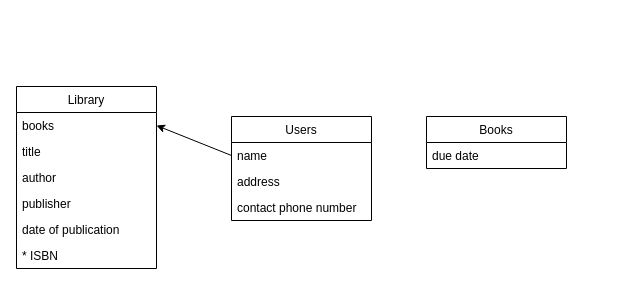
This is Untitled Diagram.drawio from Ziqi222/name.c, a draw.io file, before an edit. Source tidied: cells renumbered, new cells numbered last; positions are measured from the earlier drawing's top-left corner, leaving out a move shared by most shapes. Both pictures are drawn from the tidied source at 100%, with x=0, y=0 at pixel (16, 86).
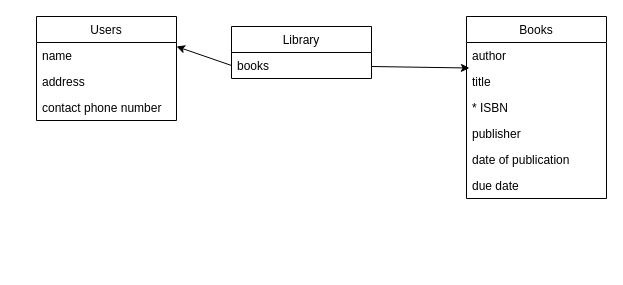
After the change.

What changed in the source:
```diff
@@
 <mxGraphModel>
   <root>
     <mxCell id="0" />
     <mxCell id="1" parent="0" />
     <mxCell id="2" value="Library" style="swimlane;fontStyle=0;horizontal=1;startSize=26;fillColor=none;" parent="1" vertex="1">
-      <mxGeometry width="140" height="182" as="geometry" />
+      <mxGeometry x="215" y="-60" width="140" height="52" as="geometry" />
     </mxCell>
     <mxCell id="3" value="books" style="text;strokeColor=none;fillColor=none;align=left;verticalAlign=top;spacingLeft=4;spacingRight=4;overflow=hidden;points=[[0,0.5],[1,0.5]];portConstraint=eastwest;" parent="2" vertex="1">
       <mxGeometry y="26" width="140" height="26" as="geometry" />
     </mxCell>
-    <mxCell id="4" value="title" style="text;strokeColor=none;fillColor=none;align=left;verticalAlign=top;spacingLeft=4;spacingRight=4;overflow=hidden;points=[[0,0.5],[1,0.5]];portConstraint=eastwest;" parent="2" vertex="1">
-      <mxGeometry y="52" width="140" height="26" as="geometry" />
-    </mxCell>
-    <mxCell id="5" value="author" style="text;strokeColor=none;fillColor=none;align=left;verticalAlign=top;spacingLeft=4;spacingRight=4;overflow=hidden;" parent="2" vertex="1">
-      <mxGeometry y="78" width="140" height="26" as="geometry" />
-    </mxCell>
-    <mxCell id="6" value="publisher" style="text;strokeColor=none;fillColor=none;align=left;verticalAlign=top;spacingLeft=4;spacingRight=4;overflow=hidden;" parent="2" vertex="1">
-      <mxGeometry y="104" width="140" height="26" as="geometry" />
-    </mxCell>
-    <mxCell id="7" value="date of publication" style="text;strokeColor=none;fillColor=none;align=left;verticalAlign=top;spacingLeft=4;spacingRight=4;overflow=hidden;" parent="2" vertex="1">
-      <mxGeometry y="130" width="140" height="26" as="geometry" />
-    </mxCell>
-    <mxCell id="8" value="* ISBN" style="text;strokeColor=none;fillColor=none;align=left;verticalAlign=top;spacingLeft=4;spacingRight=4;overflow=hidden;" parent="2" vertex="1">
-      <mxGeometry y="156" width="140" height="26" as="geometry" />
-    </mxCell>
     <mxCell id="9" value="Users" style="swimlane;fontStyle=0;horizontal=1;startSize=26;fillColor=none;" parent="1" vertex="1">
-      <mxGeometry x="215" y="30" width="140" height="104" as="geometry" />
+      <mxGeometry x="20" y="-70" width="140" height="104" as="geometry" />
     </mxCell>
     <mxCell id="10" value="name" style="text;strokeColor=none;fillColor=none;align=left;verticalAlign=top;spacingLeft=4;spacingRight=4;overflow=hidden;points=[[0,0.5],[1,0.5]];portConstraint=eastwest;" parent="9" vertex="1">
       <mxGeometry y="26" width="140" height="26" as="geometry" />
     </mxCell>
+    <mxCell id="16" style="endArrow=classic;html=1;exitX=0;exitY=0.5;exitDx=0;exitDy=0;" parent="9" edge="1" source="3">
+      <mxGeometry relative="1" as="geometry">
+        <mxPoint x="140" y="30" as="targetPoint" />
+      </mxGeometry>
+    </mxCell>
     <mxCell id="11" value="address" style="text;strokeColor=none;fillColor=none;align=left;verticalAlign=top;spacingLeft=4;spacingRight=4;overflow=hidden;" parent="9" vertex="1">
       <mxGeometry y="52" width="140" height="26" as="geometry" />
     </mxCell>
     <mxCell id="12" value="contact phone number" style="text;strokeColor=none;fillColor=none;align=left;verticalAlign=top;spacingLeft=4;spacingRight=4;overflow=hidden;" parent="9" vertex="1">
       <mxGeometry y="78" width="140" height="26" as="geometry" />
     </mxCell>
     <mxCell id="13" value="Books" style="swimlane;fontStyle=0;horizontal=1;startSize=26;fillColor=none;" parent="1" vertex="1">
-      <mxGeometry x="410" y="30" width="140" height="52" as="geometry" />
+      <mxGeometry x="450" y="-70" width="140" height="182" as="geometry" />
     </mxCell>
+    <mxCell id="5" value="author" style="text;strokeColor=none;fillColor=none;align=left;verticalAlign=top;spacingLeft=4;spacingRight=4;overflow=hidden;" parent="13" vertex="1">
+      <mxGeometry y="26" width="140" height="26" as="geometry" />
+    </mxCell>
+    <mxCell id="4" value="title" style="text;strokeColor=none;fillColor=none;align=left;verticalAlign=top;spacingLeft=4;spacingRight=4;overflow=hidden;points=[[0,0.5],[1,0.5]];portConstraint=eastwest;" parent="13" vertex="1">
+      <mxGeometry y="52" width="140" height="26" as="geometry" />
+    </mxCell>
+    <mxCell id="8" value="* ISBN" style="text;strokeColor=none;fillColor=none;align=left;verticalAlign=top;spacingLeft=4;spacingRight=4;overflow=hidden;" parent="13" vertex="1">
+      <mxGeometry y="78" width="140" height="26" as="geometry" />
+    </mxCell>
+    <mxCell id="6" value="publisher" style="text;strokeColor=none;fillColor=none;align=left;verticalAlign=top;spacingLeft=4;spacingRight=4;overflow=hidden;" parent="13" vertex="1">
+      <mxGeometry y="104" width="140" height="26" as="geometry" />
+    </mxCell>
+    <mxCell id="7" value="date of publication" style="text;strokeColor=none;fillColor=none;align=left;verticalAlign=top;spacingLeft=4;spacingRight=4;overflow=hidden;" parent="13" vertex="1">
+      <mxGeometry y="130" width="140" height="26" as="geometry" />
+    </mxCell>
     <mxCell id="14" value="due date" style="text;strokeColor=none;fillColor=none;align=left;verticalAlign=top;spacingLeft=4;spacingRight=4;overflow=hidden;" parent="13" vertex="1">
-      <mxGeometry y="26" width="140" height="26" as="geometry" />
+      <mxGeometry y="156" width="140" height="26" as="geometry" />
     </mxCell>
-    <mxCell id="15" style="endArrow=classic;html=1;entryX=1;entryY=0.5;entryDx=0;entryDy=0;exitX=0;exitY=0.5;exitDx=0;exitDy=0;" parent="1" edge="1" source="10" target="3">
-      <mxGeometry relative="1" as="geometry">
-        <Array as="points">
-          <mxPoint x="215" y="69" />
-        </Array>
-      </mxGeometry>
-    </mxCell>
+    <mxCell id="17" style="endArrow=classic;html=1;entryX=0.021;entryY=-0.019;entryDx=0;entryDy=0;entryPerimeter=0;" parent="1" edge="1" target="4">
+      <mxGeometry relative="1" as="geometry">
+        <mxPoint x="355" y="-20" as="sourcePoint" />
+      </mxGeometry>
+    </mxCell>
   </root>
 </mxGraphModel>
```
